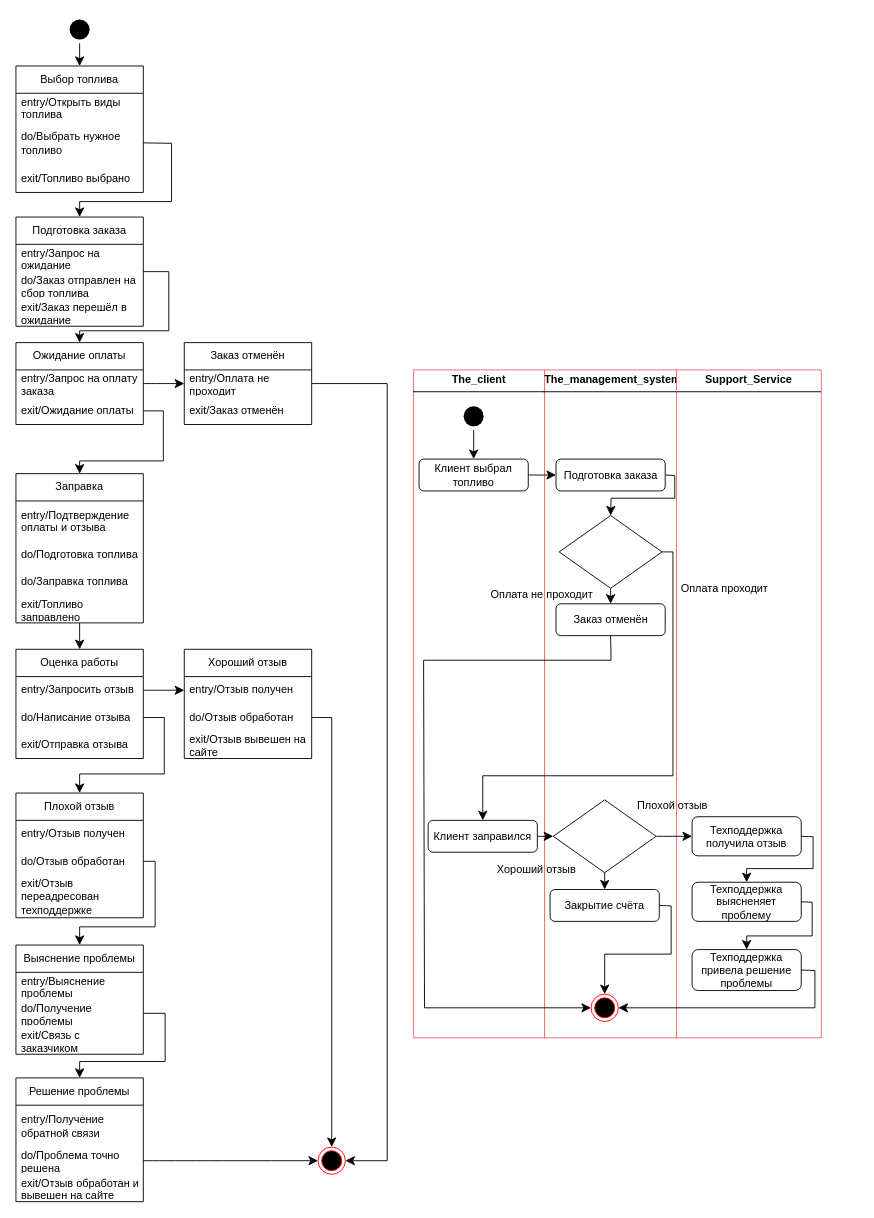
Above: page "Monachka" (11 of 14) of Copy of 115 1.drawio in Helpmepleaseitishard/Aikms (draw.io), before the change. Source tidied: cells renumbered, new cells numbered last; positions are measured from the earlier drawing's top-left corner, leaving out a move shared by most shapes. Both pictures are drawn from the tidied source at 91%, with x=0, y=0 at pixel (15, 15).
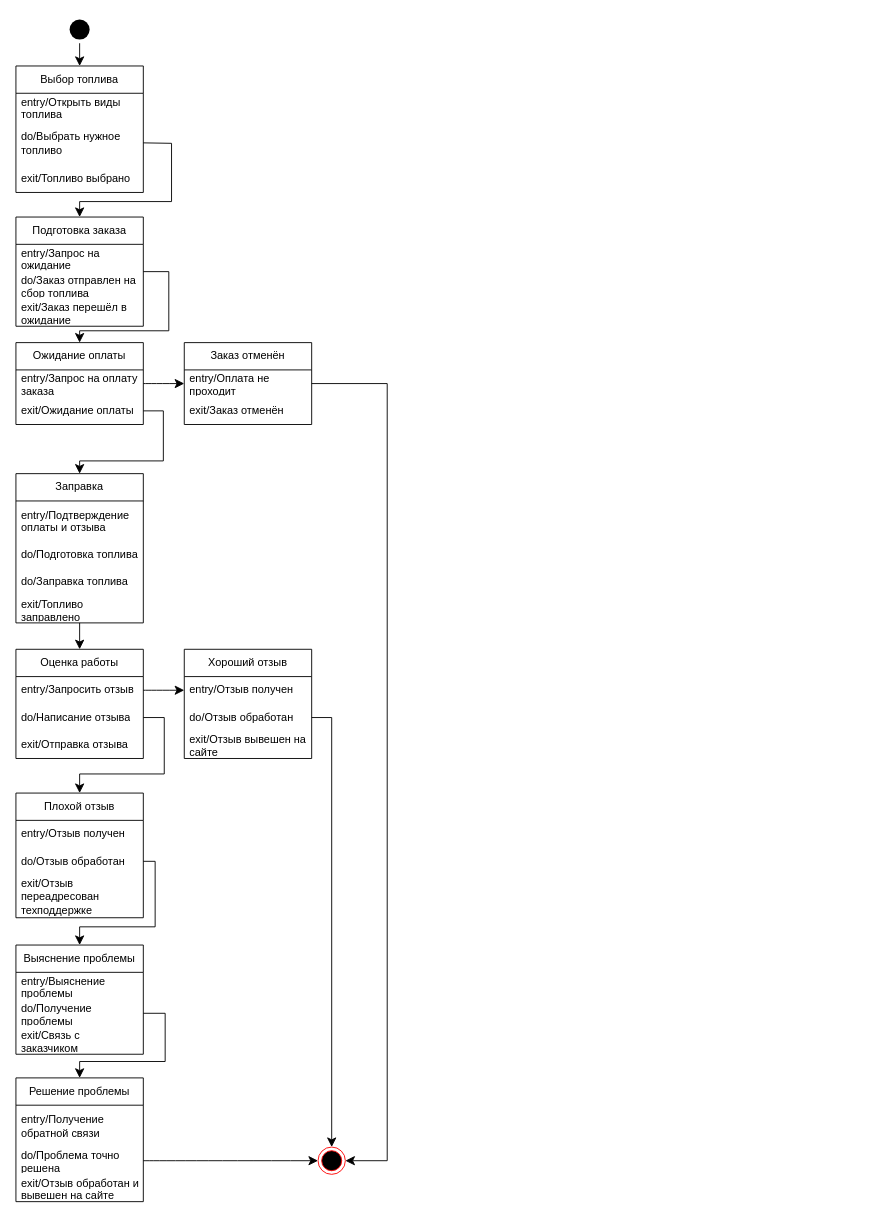
After the change.

The edit, as a diff of the source:
```diff
@@
-    <mxCell id="37" value="&lt;p style=&quot;margin:0px;margin-top:4px;text-align:center;&quot;&gt;&lt;b&gt;The_client&lt;/b&gt;&lt;/p&gt;&lt;hr size=&quot;1&quot; style=&quot;border-style:solid;&quot;&gt;&lt;div style=&quot;height:2px;&quot;&gt;&lt;/div&gt;" style="verticalAlign=top;align=left;overflow=fill;html=1;whiteSpace=wrap;strokeColor=#EA6B66;" parent="1" vertex="1">
-      <mxGeometry x="437" y="389" width="144" height="734" as="geometry" />
-    </mxCell>
-    <mxCell id="38" value="&lt;p style=&quot;margin:0px;margin-top:4px;text-align:center;&quot;&gt;&lt;b&gt;Support_Service&lt;/b&gt;&lt;/p&gt;&lt;hr size=&quot;1&quot; style=&quot;border-style:solid;&quot;&gt;&lt;div style=&quot;height:2px;&quot;&gt;&lt;/div&gt;" style="verticalAlign=top;align=left;overflow=fill;html=1;whiteSpace=wrap;strokeColor=#EA6B66;" parent="1" vertex="1">
-      <mxGeometry x="726" y="389" width="159" height="734" as="geometry" />
-    </mxCell>
-    <mxCell id="39" value="&lt;p style=&quot;margin:0px;margin-top:4px;text-align:center;&quot;&gt;&lt;b&gt;The_management_system&lt;/b&gt;&lt;/p&gt;&lt;hr size=&quot;1&quot; style=&quot;border-style:solid;&quot;&gt;&lt;div style=&quot;height:2px;&quot;&gt;&lt;/div&gt;" style="verticalAlign=top;align=left;overflow=fill;html=1;whiteSpace=wrap;strokeColor=#EA6B66;" parent="1" vertex="1">
-      <mxGeometry x="581" y="389" width="145" height="734" as="geometry" />
-    </mxCell>
-    <mxCell id="40" style="edgeStyle=none;curved=0;rounded=0;jettySize=auto;html=1;exitX=0.5;exitY=1;exitDx=0;exitDy=0;entryX=0.5;entryY=0;entryDx=0;entryDy=0;fontSize=12;startSize=8;endSize=8;" parent="1" edge="1" source="51" target="55">
-      <mxGeometry relative="1" as="geometry" />
-    </mxCell>
-    <mxCell id="41" style="edgeStyle=none;curved=1;rounded=0;jettySize=auto;html=1;exitX=1;exitY=0.5;exitDx=0;exitDy=0;entryX=0;entryY=0.5;entryDx=0;entryDy=0;fontSize=12;startSize=8;endSize=8;" parent="1" edge="1" source="51" target="56">
-      <mxGeometry relative="1" as="geometry" />
-    </mxCell>
-    <mxCell id="42" style="edgeStyle=none;curved=0;rounded=0;jettySize=auto;html=1;exitX=1;exitY=0.5;exitDx=0;exitDy=0;entryX=1;entryY=0.5;entryDx=0;entryDy=0;fontSize=12;startSize=8;endSize=8;" parent="1" edge="1" source="58" target="49">
-      <mxGeometry relative="1" as="geometry">
-        <Array as="points">
-          <mxPoint x="878" y="1049" />
-          <mxPoint x="878" y="1090" />
-        </Array>
-      </mxGeometry>
-    </mxCell>
-    <mxCell id="43" style="edgeStyle=none;curved=0;rounded=0;jettySize=auto;html=1;exitX=0.5;exitY=1;exitDx=0;exitDy=0;entryX=0.5;entryY=0;entryDx=0;entryDy=0;fontSize=12;startSize=8;endSize=8;" parent="1" edge="1" source="44" target="53">
-      <mxGeometry relative="1" as="geometry" />
-    </mxCell>
-    <mxCell id="44" style="ellipse;html=1;shape=endState;fillColor=#000000;strokeColor=none;" parent="1" vertex="1">
-      <mxGeometry x="488" y="425" width="30" height="30" as="geometry" />
-    </mxCell>
-    <mxCell id="45" style="edgeStyle=none;curved=0;rounded=0;jettySize=auto;html=1;exitX=1;exitY=0.5;exitDx=0;exitDy=0;entryX=0.5;entryY=0;entryDx=0;entryDy=0;fontSize=12;startSize=8;endSize=8;" parent="1" edge="1" source="55" target="49">
-      <mxGeometry relative="1" as="geometry">
-        <Array as="points">
-          <mxPoint x="720" y="978" />
-          <mxPoint x="720" y="1031" />
-          <mxPoint x="647" y="1031" />
-        </Array>
-      </mxGeometry>
-    </mxCell>
-    <mxCell id="46" style="edgeStyle=none;curved=0;rounded=0;jettySize=auto;html=1;exitX=1;exitY=0.5;exitDx=0;exitDy=0;entryX=0.5;entryY=0;entryDx=0;entryDy=0;fontSize=12;startSize=8;endSize=8;" parent="1" edge="1" source="82" target="54">
-      <mxGeometry relative="1" as="geometry">
-        <Array as="points">
-          <mxPoint x="722" y="589" />
-          <mxPoint x="722" y="835" />
-          <mxPoint x="513" y="835" />
-        </Array>
-      </mxGeometry>
-    </mxCell>
-    <mxCell id="47" style="edgeStyle=none;curved=0;rounded=0;jettySize=auto;html=1;exitX=1;exitY=0.5;exitDx=0;exitDy=0;entryX=0.5;entryY=0;entryDx=0;entryDy=0;fontSize=12;startSize=8;endSize=8;" parent="1" edge="1" source="56" target="57">
-      <mxGeometry relative="1" as="geometry">
-        <Array as="points">
-          <mxPoint x="876" y="902" />
-          <mxPoint x="876" y="937" />
-          <mxPoint x="803" y="937" />
-        </Array>
-      </mxGeometry>
-    </mxCell>
-    <mxCell id="48" style="edgeStyle=none;curved=0;rounded=0;jettySize=auto;html=1;exitX=1;exitY=0.5;exitDx=0;exitDy=0;entryX=0.5;entryY=0;entryDx=0;entryDy=0;fontSize=12;startSize=8;endSize=8;" parent="1" edge="1" source="57" target="58">
-      <mxGeometry relative="1" as="geometry">
-        <Array as="points">
-          <mxPoint x="875" y="974" />
-          <mxPoint x="875" y="1011" />
-          <mxPoint x="803" y="1011" />
-        </Array>
-      </mxGeometry>
-    </mxCell>
-    <mxCell id="49" style="ellipse;html=1;shape=endState;fillColor=#000000;strokeColor=#ff0000;" parent="1" vertex="1">
-      <mxGeometry x="632" y="1075" width="30" height="30" as="geometry" />
-    </mxCell>
-    <mxCell id="50" style="edgeStyle=none;curved=1;rounded=0;jettySize=auto;html=1;exitX=1;exitY=0.5;exitDx=0;exitDy=0;entryX=0;entryY=0.5;entryDx=0;entryDy=0;fontSize=12;startSize=8;endSize=8;" parent="1" edge="1" source="54" target="51">
-      <mxGeometry relative="1" as="geometry" />
-    </mxCell>
-    <mxCell id="51" style="rhombus;whiteSpace=wrap;html=1;" parent="1" vertex="1">
-      <mxGeometry x="590.5" y="861.5" width="113" height="80" as="geometry" />
-    </mxCell>
-    <mxCell id="52" style="edgeStyle=none;curved=1;rounded=0;jettySize=auto;html=1;exitX=1;exitY=0.5;exitDx=0;exitDy=0;entryX=0;entryY=0.5;entryDx=0;entryDy=0;fontSize=12;startSize=8;endSize=8;" parent="1" edge="1" source="53" target="80">
-      <mxGeometry relative="1" as="geometry" />
-    </mxCell>
-    <mxCell id="53" value="Клиент выбрал топливо" style="rounded=1;whiteSpace=wrap;html=1;" parent="1" vertex="1">
-      <mxGeometry x="443" y="487" width="120" height="35" as="geometry" />
-    </mxCell>
-    <mxCell id="54" value="Клиент заправился" style="rounded=1;whiteSpace=wrap;html=1;" parent="1" vertex="1">
-      <mxGeometry x="453" y="884" width="120" height="35" as="geometry" />
-    </mxCell>
-    <mxCell id="55" value="Закрытие счёта" style="rounded=1;whiteSpace=wrap;html=1;" parent="1" vertex="1">
-      <mxGeometry x="587" y="960" width="120" height="35" as="geometry" />
-    </mxCell>
-    <mxCell id="56" value="Техподдержка получила отзыв" style="rounded=1;whiteSpace=wrap;html=1;" parent="1" vertex="1">
-      <mxGeometry x="743" y="880" width="120" height="43" as="geometry" />
-    </mxCell>
-    <mxCell id="57" value="Техподдержка выясненяет проблему" style="rounded=1;whiteSpace=wrap;html=1;" parent="1" vertex="1">
-      <mxGeometry x="743" y="952" width="120" height="43" as="geometry" />
-    </mxCell>
-    <mxCell id="58" value="Техподдержка привела решение проблемы" style="rounded=1;whiteSpace=wrap;html=1;" parent="1" vertex="1">
-      <mxGeometry x="743" y="1026" width="120" height="45" as="geometry" />
-    </mxCell>
-    <mxCell id="59" value="Хороший отзыв" style="text;whiteSpace=wrap;html=1;" parent="1" vertex="1">
-      <mxGeometry x="527" y="924" width="221" height="36" as="geometry" />
-    </mxCell>
-    <mxCell id="60" value="Плохой отзыв" style="text;whiteSpace=wrap;html=1;" parent="1" vertex="1">
-      <mxGeometry x="680.5" y="854" width="245" height="36" as="geometry" />
-    </mxCell>
@@
-    <mxCell id="79" style="edgeStyle=none;curved=0;rounded=0;jettySize=auto;html=1;exitX=1;exitY=0.5;exitDx=0;exitDy=0;entryX=0.5;entryY=0;entryDx=0;entryDy=0;fontSize=12;startSize=8;endSize=8;" parent="1" edge="1" source="80" target="82">
-      <mxGeometry relative="1" as="geometry">
-        <Array as="points">
-          <mxPoint x="724" y="505" />
-          <mxPoint x="724" y="530" />
-          <mxPoint x="654" y="530" />
-        </Array>
-      </mxGeometry>
-    </mxCell>
-    <mxCell id="80" value="Подготовка заказа" style="rounded=1;whiteSpace=wrap;html=1;" parent="1" vertex="1">
-      <mxGeometry x="593.5" y="487" width="120" height="35" as="geometry" />
-    </mxCell>
-    <mxCell id="81" style="edgeStyle=none;curved=1;rounded=0;jettySize=auto;html=1;exitX=0.5;exitY=1;exitDx=0;exitDy=0;entryX=0.5;entryY=0;entryDx=0;entryDy=0;fontSize=12;startSize=8;endSize=8;" parent="1" edge="1" source="82" target="84">
-      <mxGeometry relative="1" as="geometry" />
-    </mxCell>
-    <mxCell id="82" style="rhombus;whiteSpace=wrap;html=1;" parent="1" vertex="1">
-      <mxGeometry x="597" y="549" width="113" height="80" as="geometry" />
-    </mxCell>
-    <mxCell id="83" style="edgeStyle=none;curved=0;rounded=0;jettySize=auto;html=1;exitX=0.5;exitY=1;exitDx=0;exitDy=0;entryX=0;entryY=0.5;entryDx=0;entryDy=0;fontSize=12;startSize=8;endSize=8;" parent="1" edge="1" source="84" target="49">
-      <mxGeometry relative="1" as="geometry">
-        <Array as="points">
-          <mxPoint x="654" y="708" />
-          <mxPoint x="448" y="708" />
-          <mxPoint x="449" y="1090" />
-        </Array>
-      </mxGeometry>
-    </mxCell>
-    <mxCell id="84" value="Заказ отменён" style="rounded=1;whiteSpace=wrap;html=1;" parent="1" vertex="1">
-      <mxGeometry x="593.5" y="646" width="120" height="35" as="geometry" />
-    </mxCell>
-    <mxCell id="85" value="Оплата не проходит" style="text;whiteSpace=wrap;html=1;" parent="1" vertex="1">
-      <mxGeometry x="520" y="622" width="142" height="36" as="geometry" />
-    </mxCell>
-    <mxCell id="86" value="Оплата проходит" style="text;whiteSpace=wrap;html=1;" parent="1" vertex="1">
-      <mxGeometry x="729" y="615" width="142" height="36" as="geometry" />
-    </mxCell>
```
